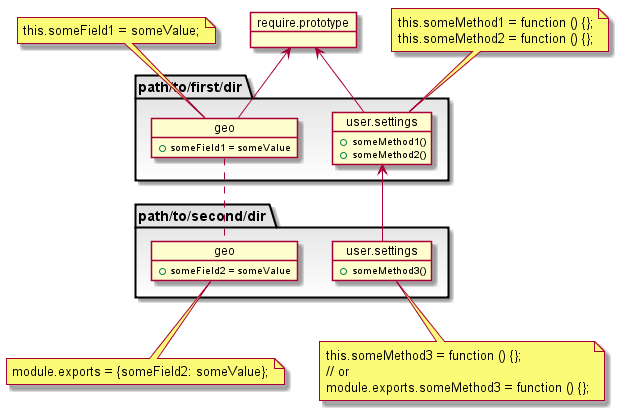
The PlantUML diagram uml/Inherit.png in B-Vladi/xscript-require, before a commit.
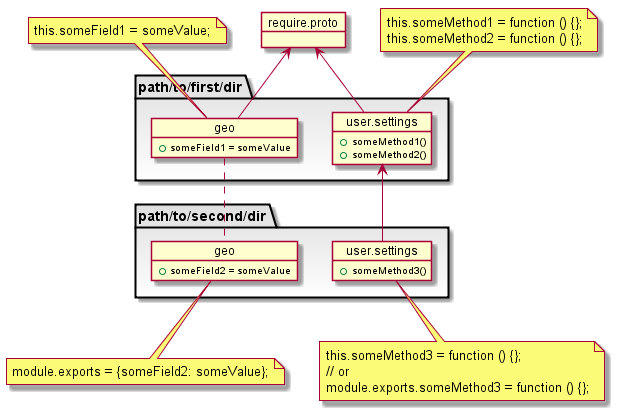
The same file after the commit.

The edit, as a diff of the source:
```diff
@@ -1,5 +1,5 @@
 @startuml
-object require.prototype {
+object require.proto {
 }
 package "path/to/first/dir" #DFDFDF-ffffff {
   object "user.settings" as Settings_1 << (E,orchid) >> {
@@ -18,8 +18,8 @@
     +someField2 = someValue
   }
 }
-require.prototype <-- Settings_1
-require.prototype <-- Geo_1
+require.proto <-- Settings_1
+require.proto <-- Geo_1
 Settings_1 <-- Settings_2
 Geo_1 .. Geo_2
 note top of Geo_1
```
